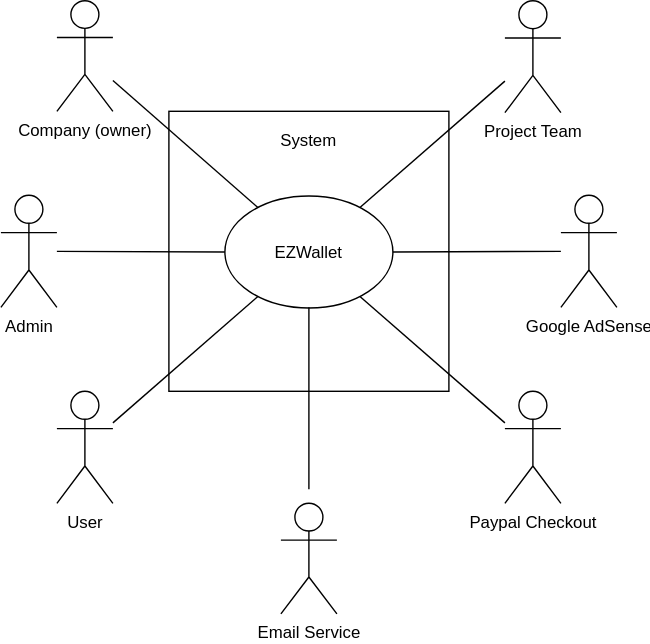
Earlier version of the draw.io export diagrams/ContextDiagramV2.svg (pucciorenzo/softengTesting). Source tidied: cells renumbered, new cells last; positions are measured from the earlier drawing's top-left corner, leaving out a move shared by most shapes.
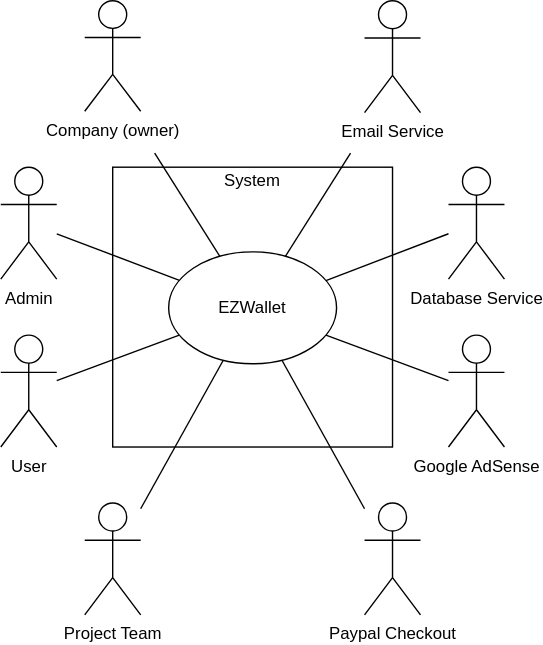
The same diagram one commit later.

Diff of the diagram source:
```diff
@@ -9,34 +9,36 @@
       <mxGeometry x="160" y="139.5" width="120" height="80" as="geometry" />
     </mxCell>
     <mxCell id="4" value="User" style="shape=umlActor;verticalLabelPosition=bottom;verticalAlign=top;html=1;outlineConnect=0;" parent="1" vertex="1">
-      <mxGeometry x="40" y="279" width="40" height="80" as="geometry" />
+      <mxGeometry x="40" y="199" width="40" height="80" as="geometry" />
     </mxCell>
     <mxCell id="5" value="Project Team" style="shape=umlActor;verticalLabelPosition=bottom;verticalAlign=top;html=1;outlineConnect=0;" parent="1" vertex="1">
-      <mxGeometry x="360" width="40" height="80" as="geometry" />
+      <mxGeometry x="100" y="319" width="40" height="80" as="geometry" />
     </mxCell>
     <mxCell id="6" value="Company (owner)" style="shape=umlActor;verticalLabelPosition=bottom;verticalAlign=top;html=1;outlineConnect=0;" parent="1" vertex="1">
-      <mxGeometry x="40" width="40" height="79" as="geometry" />
+      <mxGeometry x="100" y="-40" width="40" height="79" as="geometry" />
     </mxCell>
     <mxCell id="7" value="System" style="text;html=1;strokeColor=none;fillColor=none;align=center;verticalAlign=middle;whiteSpace=wrap;rounded=0;" parent="1" vertex="1">
-      <mxGeometry x="180" y="79" width="80" height="41" as="geometry" />
+      <mxGeometry x="200" y="79" width="40" height="19" as="geometry" />
     </mxCell>
     <mxCell id="8" style="endArrow=none;html=1;rounded=0;" parent="1" edge="1" source="3" target="4">
       <mxGeometry relative="1" as="geometry" />
     </mxCell>
-    <mxCell id="9" style="endArrow=none;html=1;rounded=0;" parent="1" edge="1" source="3" target="6">
-      <mxGeometry relative="1" as="geometry" />
+    <mxCell id="9" style="endArrow=none;html=1;rounded=0;" parent="1" edge="1" source="3">
+      <mxGeometry relative="1" as="geometry">
+        <mxPoint x="150" y="69" as="targetPoint" />
+      </mxGeometry>
     </mxCell>
     <mxCell id="10" style="endArrow=none;html=1;rounded=0;" parent="1" edge="1" source="3" target="5">
       <mxGeometry relative="1" as="geometry" />
     </mxCell>
     <mxCell id="11" value="Admin" style="shape=umlActor;verticalLabelPosition=bottom;verticalAlign=top;html=1;outlineConnect=0;" parent="1" vertex="1">
-      <mxGeometry y="139" width="40" height="80" as="geometry" />
+      <mxGeometry x="40" y="79" width="40" height="80" as="geometry" />
     </mxCell>
     <mxCell id="12" value="Google AdSense" style="shape=umlActor;verticalLabelPosition=bottom;verticalAlign=top;html=1;outlineConnect=0;" parent="1" vertex="1">
-      <mxGeometry x="400" y="139" width="40" height="80" as="geometry" />
+      <mxGeometry x="360" y="199" width="40" height="80" as="geometry" />
     </mxCell>
     <mxCell id="13" value="Paypal Checkout" style="shape=umlActor;verticalLabelPosition=bottom;verticalAlign=top;html=1;outlineConnect=0;" parent="1" vertex="1">
-      <mxGeometry x="360" y="279" width="40" height="80" as="geometry" />
+      <mxGeometry x="300" y="319" width="40" height="80" as="geometry" />
     </mxCell>
     <mxCell id="14" style="endArrow=none;html=1;rounded=0;" parent="1" edge="1" source="11" target="3">
       <mxGeometry relative="1" as="geometry" />
@@ -47,14 +49,19 @@
     <mxCell id="16" style="endArrow=none;html=1;rounded=0;" parent="1" edge="1" source="3" target="13">
       <mxGeometry relative="1" as="geometry" />
     </mxCell>
-    <mxCell id="17" value="&lt;div&gt;Email Service&lt;/div&gt;" style="shape=umlActor;verticalLabelPosition=bottom;verticalAlign=top;html=1;labelPosition=center;align=center;flipV=0;flipH=0;" parent="1" vertex="1">
-      <mxGeometry x="200" y="359" width="40" height="79" as="geometry" />
+    <mxCell id="17" value="Email Service" style="shape=umlActor;verticalLabelPosition=bottom;verticalAlign=top;html=1;" parent="1" vertex="1">
+      <mxGeometry x="300" y="-40" width="40" height="80" as="geometry" />
     </mxCell>
-    <mxCell id="18" style="endArrow=none;html=1;rounded=0;" parent="1" edge="1">
-      <mxGeometry relative="1" as="geometry">
-        <mxPoint x="220" y="219" as="sourcePoint" />
-        <mxPoint x="220" y="349" as="targetPoint" />
-      </mxGeometry>
-    </mxCell>
+    <mxCell id="19" style="endArrow=none;html=1;rounded=0;" parent="1" edge="1" source="3">
+      <mxGeometry relative="1" as="geometry">
+        <mxPoint x="290" y="69" as="targetPoint" />
+      </mxGeometry>
+    </mxCell>
+    <mxCell id="20" value="Database Service" style="shape=umlActor;verticalLabelPosition=bottom;verticalAlign=top;html=1;outlineConnect=0;" parent="1" vertex="1">
+      <mxGeometry x="360" y="79" width="40" height="80" as="geometry" />
+    </mxCell>
+    <mxCell id="21" style="endArrow=none;html=1;rounded=0;" parent="1" edge="1" source="3" target="20">
+      <mxGeometry relative="1" as="geometry" />
+    </mxCell>
   </root>
 </mxGraphModel>
```
